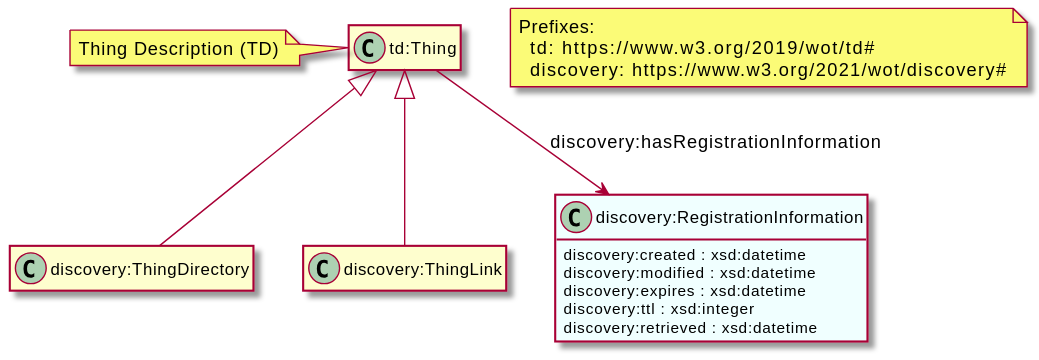
Before: images/discovery-class-diagram-ontology.svg, a diagram exported from PlantUML (w3c/wot-discovery). Source of this version:
```plantuml
@startuml
hide members
class Thing as "td:Thing"
class ThingDirectory as "discovery:ThingDirectory"
class ThingLink as "discovery:ThingLink"

class RegInfo as "discovery:RegistrationInformation" #Azure {
  discovery:created : xsd:datetime
  discovery:modified : xsd:datetime
  discovery:expires : xsd:datetime
  discovery:ttl : xsd:integer
  discovery:retrieved : xsd:datetime
}
show RegInfo attributes

note left of Thing
  Thing Description (TD)
end note

Thing <|-- ThingDirectory
Thing <|-- ThingLink
Thing --> RegInfo : "discovery:hasRegistrationInformation"

note as Prefixes
Prefixes:
  td: https://www.w3.org/2019/wot/td#
  discovery: https://www.w3.org/2021/wot/discovery#
end note
@enduml
```
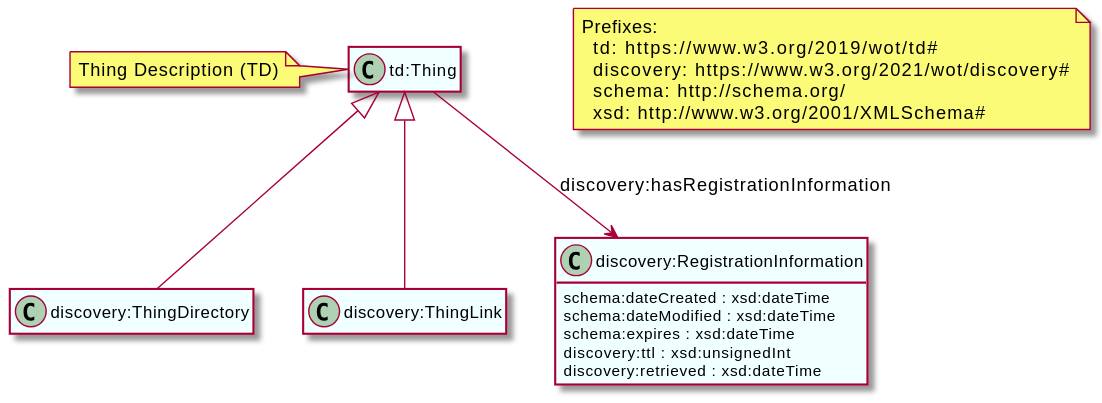
Above is the later version.

Commit message:
Improvements to diagrams and text

Change to the diagram source:
```diff
@@ -1,29 +1,33 @@
-@startuml
+@startuml discovery-class-diagram-ontology
 hide members
+skinparam classBackgroundColor Azure
+
 class Thing as "td:Thing"
+note left: Thing Description (TD)
 class ThingDirectory as "discovery:ThingDirectory"
 class ThingLink as "discovery:ThingLink"
 
 class RegInfo as "discovery:RegistrationInformation" #Azure {
-  discovery:created : xsd:datetime
-  discovery:modified : xsd:datetime
-  discovery:expires : xsd:datetime
-  discovery:ttl : xsd:integer
-  discovery:retrieved : xsd:datetime
+  schema:dateCreated : xsd:dateTime
+  schema:dateModified : xsd:dateTime
+  schema:expires : xsd:dateTime
+  discovery:ttl : xsd:unsignedInt
+  discovery:retrieved : xsd:dateTime
 }
 show RegInfo attributes
-
-note left of Thing
-  Thing Description (TD)
-end note
-
-Thing <|-- ThingDirectory
-Thing <|-- ThingLink
+together {
+  Thing <|-- ThingDirectory
+  Thing <|-- ThingLink
+}
 Thing --> RegInfo : "discovery:hasRegistrationInformation"
 
 note as Prefixes
 Prefixes:
   td: https://www.w3.org/2019/wot/td#
   discovery: https://www.w3.org/2021/wot/discovery#
+  schema: http://schema.org/
+  xsd: http://www.w3.org/2001/XMLSchema#
 end note
+
+
 @enduml
```
